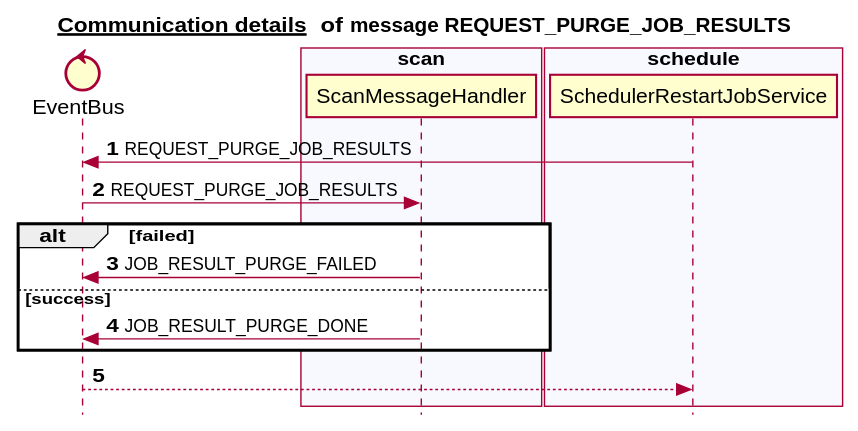
mercedes-benz/sechub keeps this PlantUML diagram as docs/latest/images/gen_domain_messaging_request_purge_job_results.svg. Above is the earlier version.
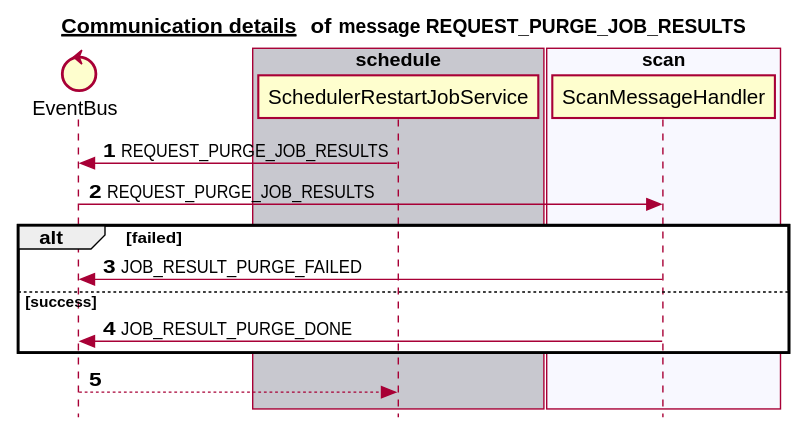
After the commit.

The edit, as a diff of the source:
```diff
@@ -6,17 +6,17 @@
 
 
 control EventBus
-box "authorization" #C8C8CF
+box "schedule" #C8C8CF
+   participant SchedulerRestartJobService
 end box
 box "scan" #F8F8FF
    participant ScanMessageHandler
 end box
-box "administration" #C8C8CF
+box "notification" #C8C8CF
 end box
-box "schedule" #F8F8FF
-   participant SchedulerRestartJobService
+box "administration" #F8F8FF
 end box
-box "notification" #C8C8CF
+box "authorization" #C8C8CF
 end box
 autonumber 1
 SchedulerRestartJobService -> EventBus:REQUEST_PURGE_JOB_RESULTS
```
